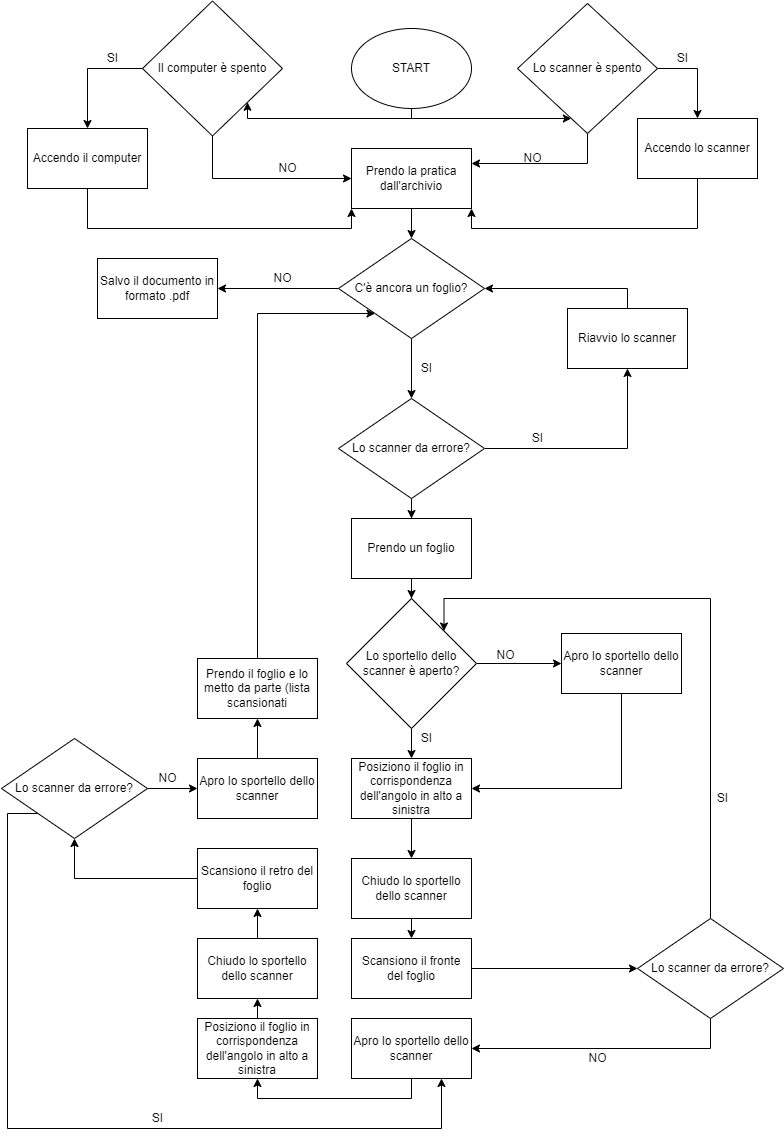
Above: Scansione documento f-r.png in GiandoSaba/human-code (draw.io), before the change. Source tidied: cells renumbered, new cells last; positions are measured from the earlier drawing's top-left corner, leaving out a move shared by most shapes.
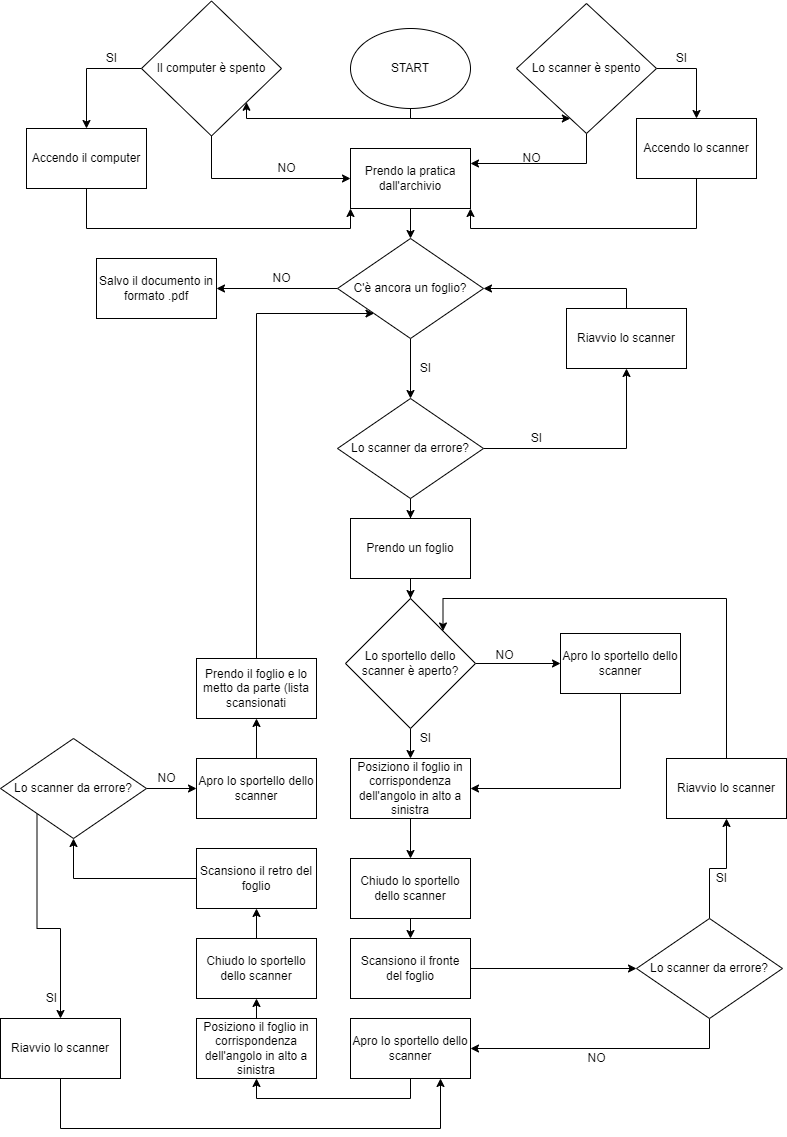
The same file after the commit.

Diff of the diagram source:
```diff
@@ -196,14 +196,9 @@
     <mxCell id="60" style="edgeStyle=orthogonalEdgeStyle;rounded=0;jettySize=auto;html=1;exitX=0.5;exitY=1;exitDx=0;exitDy=0;entryX=1;entryY=0.5;entryDx=0;entryDy=0;" parent="1" edge="1" source="62" target="45">
       <mxGeometry relative="1" as="geometry" />
     </mxCell>
-    <mxCell id="61" style="edgeStyle=orthogonalEdgeStyle;rounded=0;jettySize=auto;html=1;exitX=0.5;exitY=0;exitDx=0;exitDy=0;entryX=1;entryY=0;entryDx=0;entryDy=0;" parent="1" edge="1" source="62" target="37">
-      <mxGeometry relative="1" as="geometry">
-        <Array as="points">
-          <mxPoint x="709" y="598" />
-          <mxPoint x="443" y="598" />
-        </Array>
-      </mxGeometry>
-    </mxCell>
+    <mxCell id="70" style="edgeStyle=orthogonalEdgeStyle;rounded=0;jettySize=auto;html=1;exitX=0.5;exitY=0;exitDx=0;exitDy=0;entryX=0.5;entryY=1;entryDx=0;entryDy=0;" parent="1" edge="1" source="62" target="73">
+      <mxGeometry relative="1" as="geometry" />
+    </mxCell>
     <mxCell id="62" value="Lo scanner da errore?" style="rhombus;whiteSpace=wrap;html=1;" parent="1" vertex="1">
       <mxGeometry x="636" y="918" width="146" height="100" as="geometry" />
     </mxCell>
@@ -211,20 +206,14 @@
       <mxGeometry x="581" y="1048" width="30" height="20" as="geometry" />
     </mxCell>
     <mxCell id="64" value="SI" style="text;html=1;align=center;verticalAlign=middle;strokeColor=none;fillColor=none;" parent="1" vertex="1">
-      <mxGeometry x="706" y="788" width="30" height="20" as="geometry" />
+      <mxGeometry x="706" y="868" width="30" height="20" as="geometry" />
     </mxCell>
-    <mxCell id="65" style="edgeStyle=orthogonalEdgeStyle;rounded=0;jettySize=auto;html=1;exitX=0;exitY=1;exitDx=0;exitDy=0;entryX=0.75;entryY=1;entryDx=0;entryDy=0;" parent="1" edge="1" source="67" target="45">
-      <mxGeometry relative="1" as="geometry">
-        <Array as="points">
-          <mxPoint x="6" y="813" />
-          <mxPoint x="6" y="1128" />
-          <mxPoint x="440" y="1128" />
-        </Array>
-      </mxGeometry>
-    </mxCell>
     <mxCell id="66" style="edgeStyle=orthogonalEdgeStyle;rounded=0;jettySize=auto;html=1;exitX=1;exitY=0.5;exitDx=0;exitDy=0;entryX=0;entryY=0.5;entryDx=0;entryDy=0;" parent="1" edge="1" source="67" target="57">
       <mxGeometry relative="1" as="geometry" />
     </mxCell>
+    <mxCell id="71" style="edgeStyle=orthogonalEdgeStyle;rounded=0;jettySize=auto;html=1;exitX=0;exitY=1;exitDx=0;exitDy=0;" parent="1" edge="1" source="67" target="75">
+      <mxGeometry relative="1" as="geometry" />
+    </mxCell>
     <mxCell id="67" value="Lo scanner da errore?" style="rhombus;whiteSpace=wrap;html=1;" parent="1" vertex="1">
       <mxGeometry y="738" width="146" height="100" as="geometry" />
     </mxCell>
@@ -232,7 +221,29 @@
       <mxGeometry x="151" y="768" width="30" height="20" as="geometry" />
     </mxCell>
     <mxCell id="69" value="SI" style="text;html=1;align=center;verticalAlign=middle;strokeColor=none;fillColor=none;" parent="1" vertex="1">
-      <mxGeometry x="141" y="1108" width="30" height="20" as="geometry" />
+      <mxGeometry x="36" y="988" width="30" height="20" as="geometry" />
     </mxCell>
+    <mxCell id="72" style="edgeStyle=orthogonalEdgeStyle;rounded=0;jettySize=auto;html=1;exitX=0.5;exitY=0;exitDx=0;exitDy=0;entryX=1;entryY=0;entryDx=0;entryDy=0;" parent="1" edge="1" source="73" target="37">
+      <mxGeometry relative="1" as="geometry">
+        <Array as="points">
+          <mxPoint x="726" y="598" />
+          <mxPoint x="443" y="598" />
+        </Array>
+      </mxGeometry>
+    </mxCell>
+    <mxCell id="73" value="Riavvio lo scanner" style="whiteSpace=wrap;html=1;" parent="1" vertex="1">
+      <mxGeometry x="666" y="758" width="120" height="60" as="geometry" />
+    </mxCell>
+    <mxCell id="74" style="edgeStyle=orthogonalEdgeStyle;rounded=0;jettySize=auto;html=1;exitX=0.5;exitY=1;exitDx=0;exitDy=0;entryX=0.75;entryY=1;entryDx=0;entryDy=0;" parent="1" edge="1" source="75" target="45">
+      <mxGeometry relative="1" as="geometry">
+        <Array as="points">
+          <mxPoint x="60" y="1128" />
+          <mxPoint x="440" y="1128" />
+        </Array>
+      </mxGeometry>
+    </mxCell>
+    <mxCell id="75" value="Riavvio lo scanner" style="whiteSpace=wrap;html=1;" parent="1" vertex="1">
+      <mxGeometry y="1018" width="120" height="60" as="geometry" />
+    </mxCell>
   </root>
 </mxGraphModel>
```
